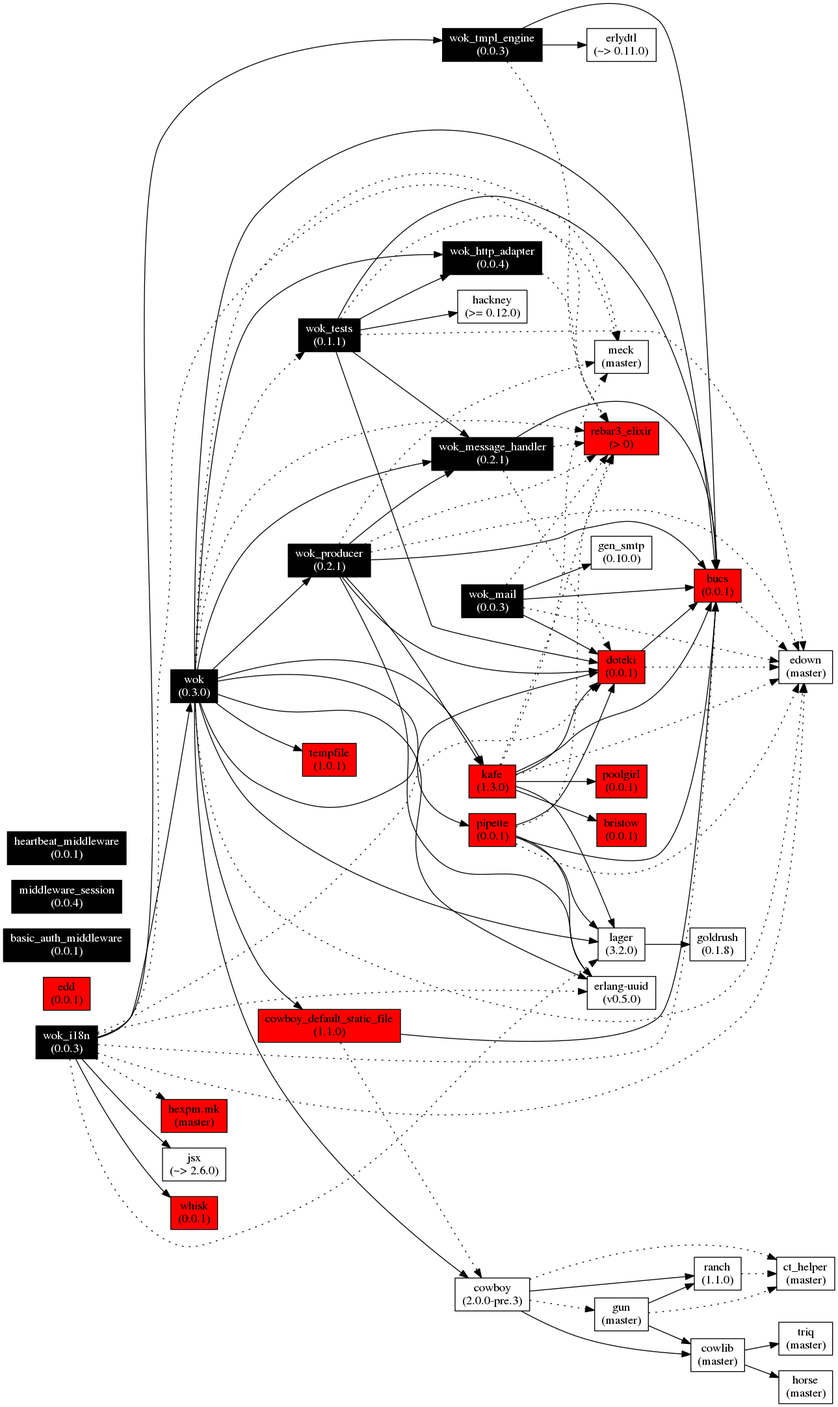
Earlier version of the Graphviz export images/wok.deps.png (botsunit/wok). Its source is kept beside it as images/wok.deps.gv.
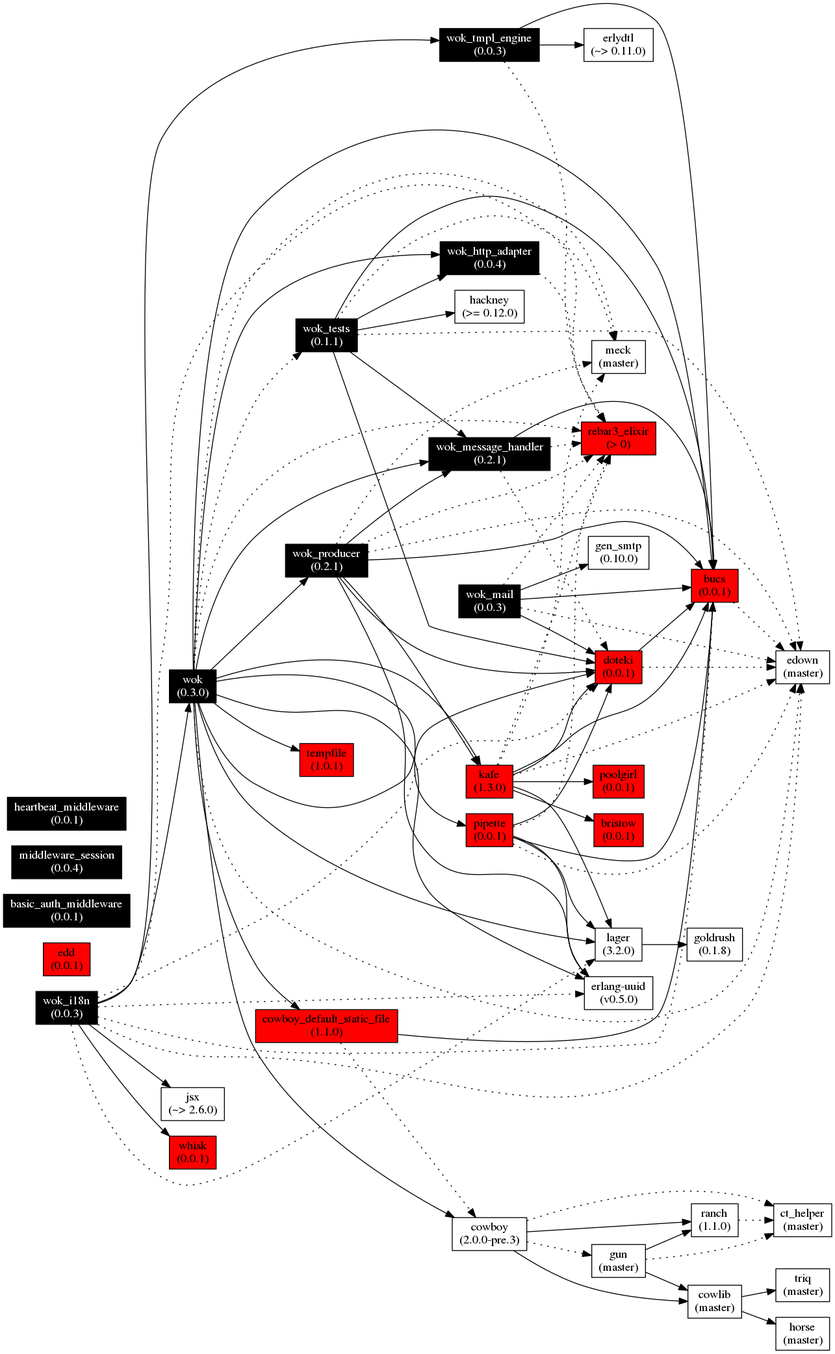
The same file after the commit.

Commit message:
Remove hexpm deps in graph

Change to the diagram source:
```diff
@@ -36,7 +36,6 @@
   wok_mail[label="wok_mail\n(0.0.3)", fontcolor="white", style="filled", fillcolor="black"];
   gen_smtp[label="gen_smtp\n(0.10.0)"];
   wok_i18n[label="wok_i18n\n(0.0.3)", fontcolor="white", style="filled", fillcolor="black"];
-  hexpm_mk[label="hexpm.mk\n(master)", style="filled", fillcolor="red"];
   jsx[label="jsx\n(~> 2.6.0)"];
   whisk[label="whisk\n(0.0.1)", style="filled", fillcolor="red"];
   wok_tmpl_engine[label="wok_tmpl_engine\n(0.0.3)", fontcolor="white", style="filled", fillcolor="black"];
@@ -136,7 +135,6 @@
   wok_i18n -> wok_tmpl_engine;
   wok_i18n -> jsx;
   wok_i18n -> rebar3_elixir[style=dotted];
-  wok_i18n -> hexpm_mk[style=dotted];
   wok_i18n -> lager[style=dotted];
   wok_i18n -> doteki[style=dotted];
   wok_i18n -> bucs[style=dotted];
```
